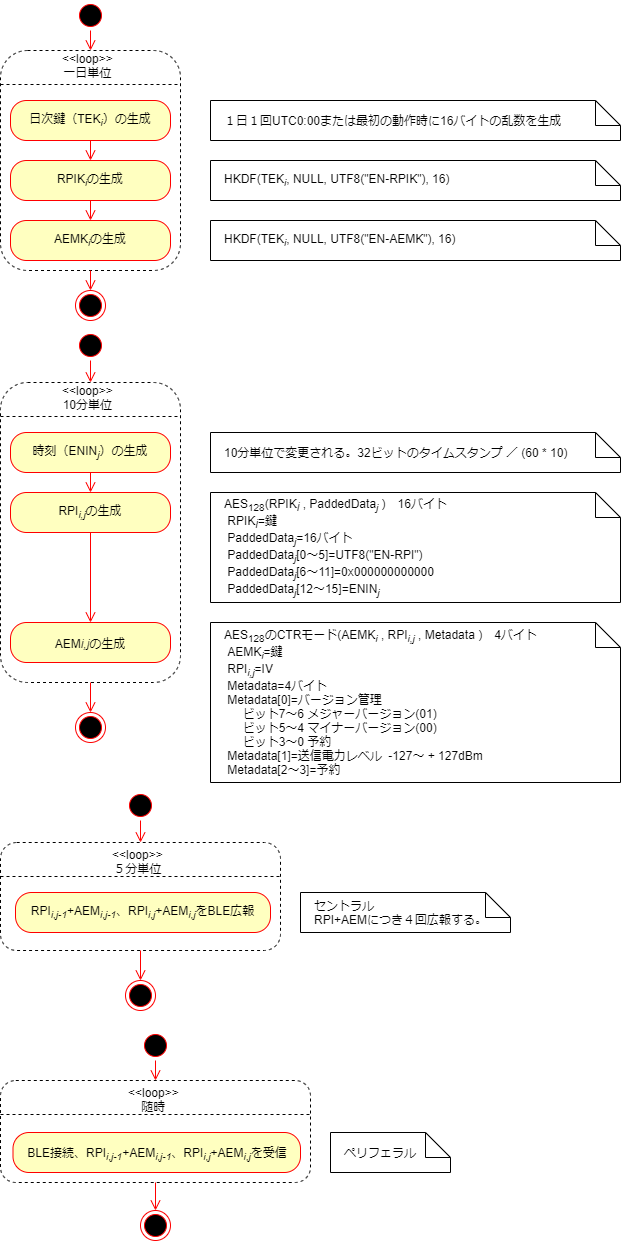
Before: 接触確認機能アクティビティ.png, a diagram exported from draw.io (giangdolqa/GpsTrackerContactApp). Source tidied: cells renumbered, new cells last; positions are measured from the earlier drawing's top-left corner, leaving out a move shared by most shapes.
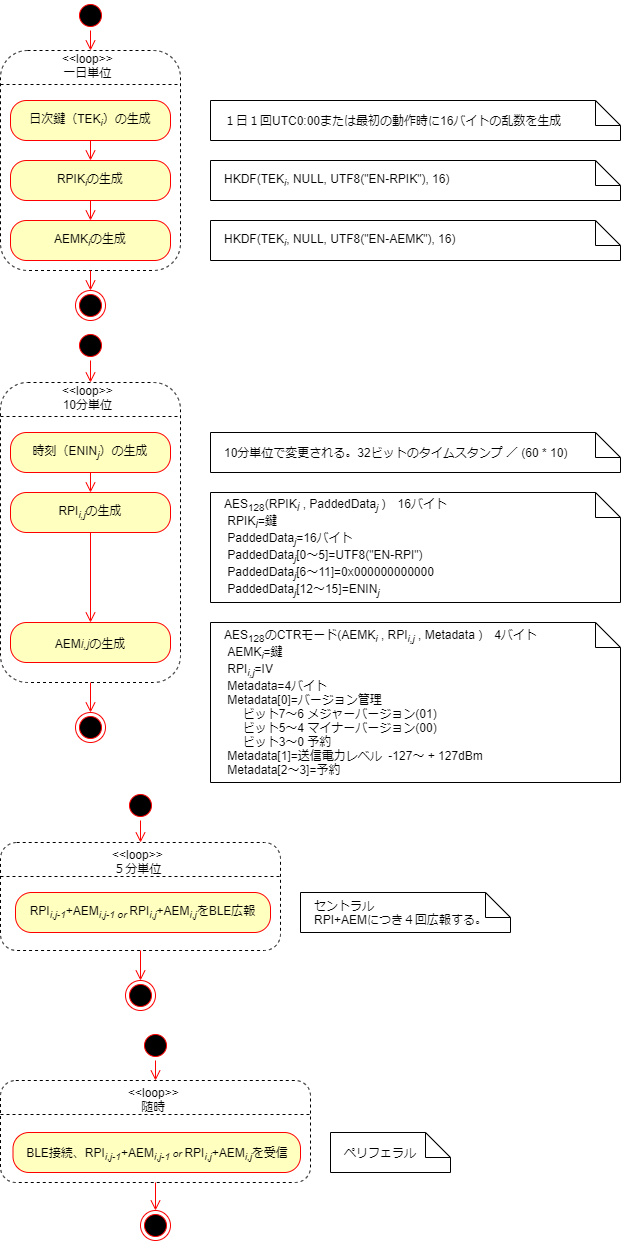
The same file after the commit.

Change to the diagram source:
```diff
@@ -59,7 +59,7 @@
     <mxCell id="20" style="ellipse;html=1;shape=endState;fillColor=#000000;strokeColor=#ff0000;labelBackgroundColor=none;fontColor=#FFFFFF;align=left;" parent="1" vertex="1">
       <mxGeometry x="140" y="1210" width="30" height="30" as="geometry" />
     </mxCell>
-    <mxCell id="21" value="&lt;span style=&quot;vertical-align: sub&quot;&gt;BLE接続、RPI&lt;sub&gt;&lt;i&gt;i&lt;/i&gt;,&lt;i&gt;j-1&lt;/i&gt;&lt;/sub&gt;+AEM&lt;sub&gt;&lt;i&gt;i&lt;/i&gt;,&lt;i&gt;j-1&lt;/i&gt;&lt;/sub&gt;、RPI&lt;sub&gt;&lt;i&gt;i&lt;/i&gt;,&lt;i&gt;j&lt;/i&gt;&lt;/sub&gt;+AEM&lt;sub&gt;&lt;i&gt;i&lt;/i&gt;,&lt;i&gt;j&lt;/i&gt;&lt;/sub&gt;を受信&lt;/span&gt;" style="rounded=1;whiteSpace=wrap;html=1;arcSize=40;fontColor=#000000;fillColor=#ffffc0;strokeColor=#ff0000;" parent="1" vertex="1">
+    <mxCell id="21" value="&lt;span style=&quot;vertical-align: sub&quot;&gt;BLE接続、RPI&lt;sub&gt;&lt;i&gt;i&lt;/i&gt;,&lt;i&gt;j-1&lt;/i&gt;&lt;/sub&gt;+AEM&lt;sub&gt;&lt;i&gt;i&lt;/i&gt;,&lt;i&gt;j-1&lt;/i&gt;&lt;/sub&gt;&lt;i style=&quot;font-size: 10px&quot;&gt;&amp;nbsp;or&amp;nbsp;&lt;/i&gt;RPI&lt;sub&gt;&lt;i&gt;i&lt;/i&gt;,&lt;i&gt;j&lt;/i&gt;&lt;/sub&gt;+AEM&lt;sub&gt;&lt;i&gt;i&lt;/i&gt;,&lt;i&gt;j&lt;/i&gt;&lt;/sub&gt;を受信&lt;/span&gt;" style="rounded=1;whiteSpace=wrap;html=1;arcSize=40;fontColor=#000000;fillColor=#ffffc0;strokeColor=#ff0000;" parent="1" vertex="1">
       <mxGeometry x="12.5" y="1132" width="287.5" height="40" as="geometry" />
     </mxCell>
     <mxCell id="22" style="edgeStyle=orthogonalEdgeStyle;html=1;verticalAlign=bottom;endArrow=open;endSize=8;strokeColor=#ff0000;exitX=0.5;exitY=1;exitDx=0;exitDy=0;" parent="1" edge="1" source="12" target="16">
@@ -128,7 +128,7 @@
     <mxCell id="41" style="rounded=1;whiteSpace=wrap;html=1;labelBackgroundColor=none;fontColor=#FFFFFF;align=left;fillColor=none;dashed=1;" parent="1" vertex="1">
       <mxGeometry y="842" width="280" height="108" as="geometry" />
     </mxCell>
-    <mxCell id="42" value="RPI&lt;sub&gt;&lt;i&gt;i&lt;/i&gt;,&lt;i&gt;j-1&lt;/i&gt;&lt;/sub&gt;+AEM&lt;sub&gt;&lt;i&gt;i&lt;/i&gt;,&lt;i&gt;j-1&lt;/i&gt;&lt;/sub&gt;、RPI&lt;sub&gt;&lt;i&gt;i&lt;/i&gt;,&lt;i&gt;j&lt;/i&gt;&lt;/sub&gt;+AEM&lt;sub&gt;&lt;i&gt;i&lt;/i&gt;,&lt;i&gt;j&lt;/i&gt;&lt;/sub&gt;をBLE広報" style="rounded=1;whiteSpace=wrap;html=1;arcSize=40;fontColor=#000000;fillColor=#ffffc0;strokeColor=#ff0000;" parent="1" vertex="1">
+    <mxCell id="42" value="RPI&lt;sub&gt;&lt;i&gt;i&lt;/i&gt;,&lt;i&gt;j-1&lt;/i&gt;&lt;/sub&gt;+AEM&lt;sub&gt;&lt;i&gt;i&lt;/i&gt;,&lt;i&gt;j-1 or&amp;nbsp;&lt;/i&gt;&lt;/sub&gt;RPI&lt;sub&gt;&lt;i&gt;i&lt;/i&gt;,&lt;i&gt;j&lt;/i&gt;&lt;/sub&gt;+AEM&lt;sub&gt;&lt;i&gt;i&lt;/i&gt;,&lt;i&gt;j&lt;/i&gt;&lt;/sub&gt;をBLE広報" style="rounded=1;whiteSpace=wrap;html=1;arcSize=40;fontColor=#000000;fillColor=#ffffc0;strokeColor=#ff0000;" parent="1" vertex="1">
       <mxGeometry x="15" y="892" width="255" height="40" as="geometry" />
     </mxCell>
     <mxCell id="43" style="ellipse;html=1;shape=endState;fillColor=#000000;strokeColor=#ff0000;labelBackgroundColor=none;fontColor=#FFFFFF;align=left;" parent="1" vertex="1">
```
